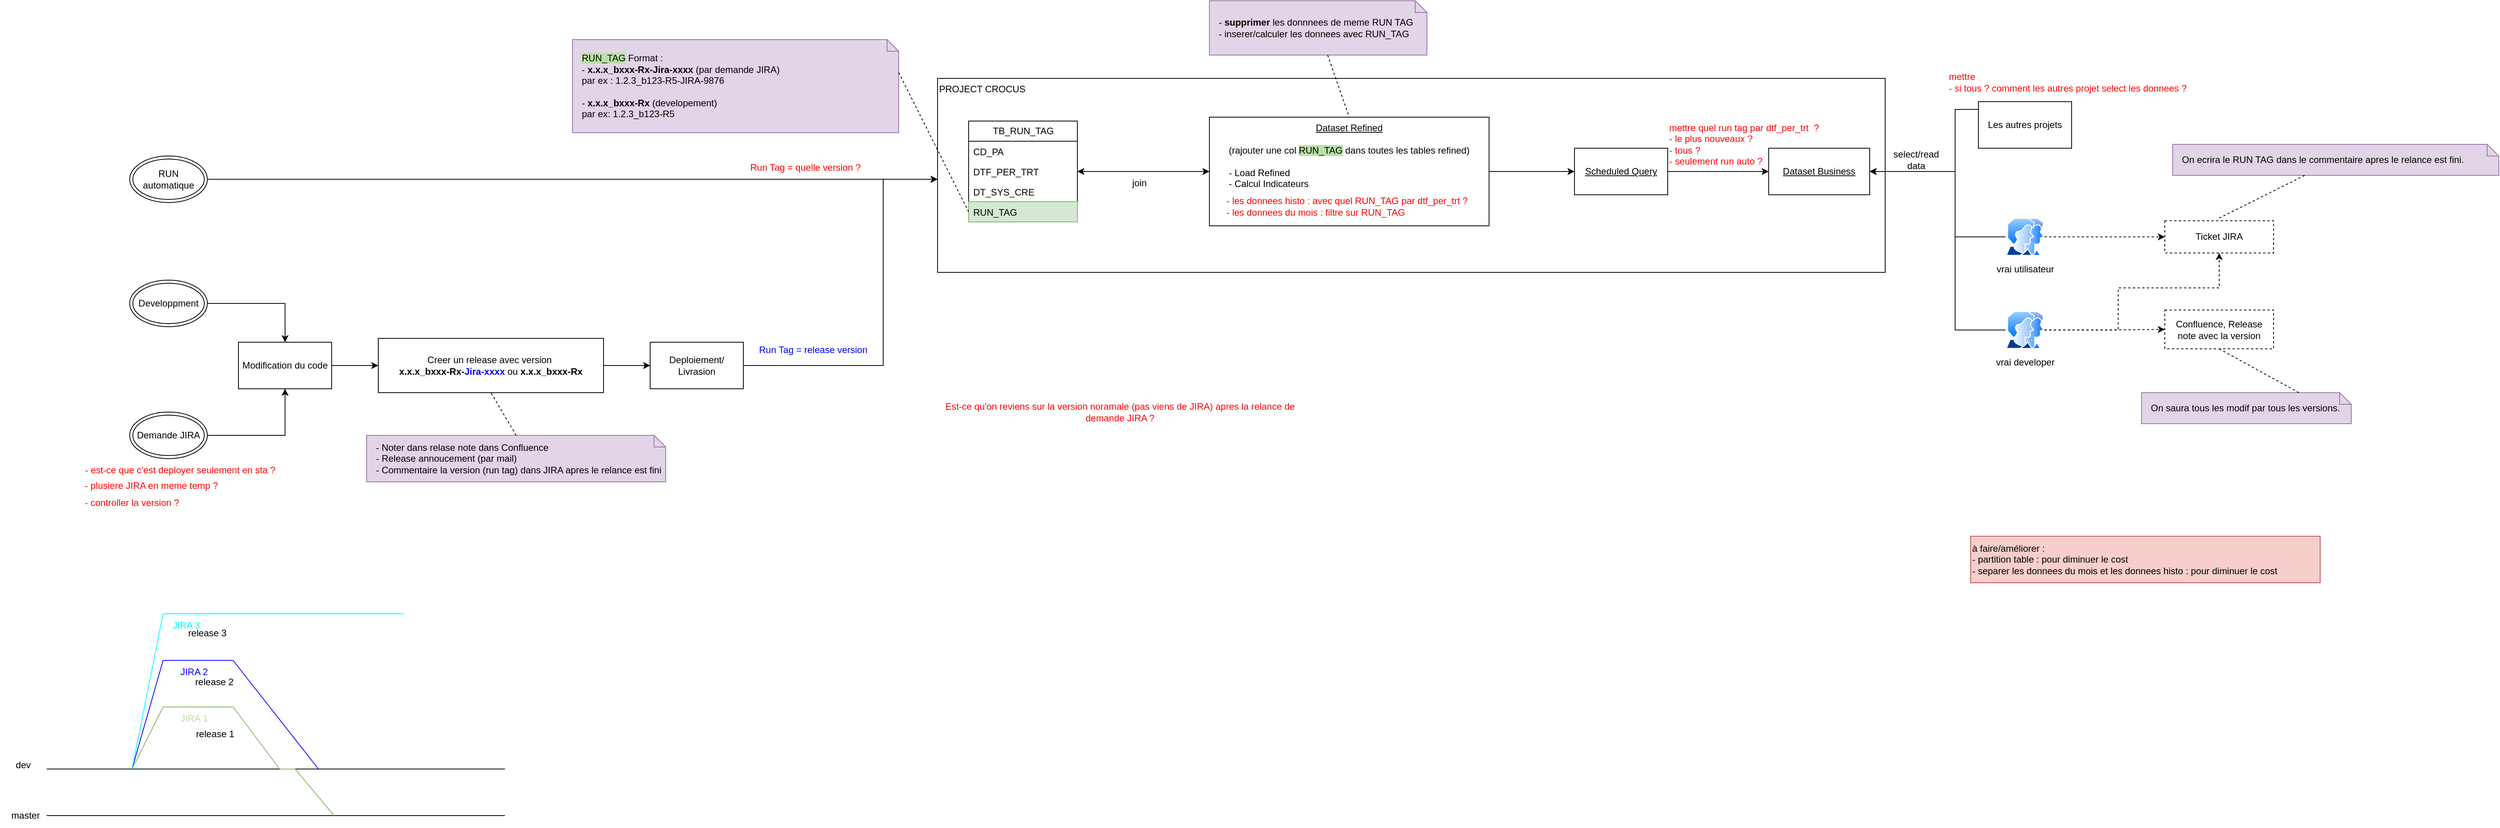
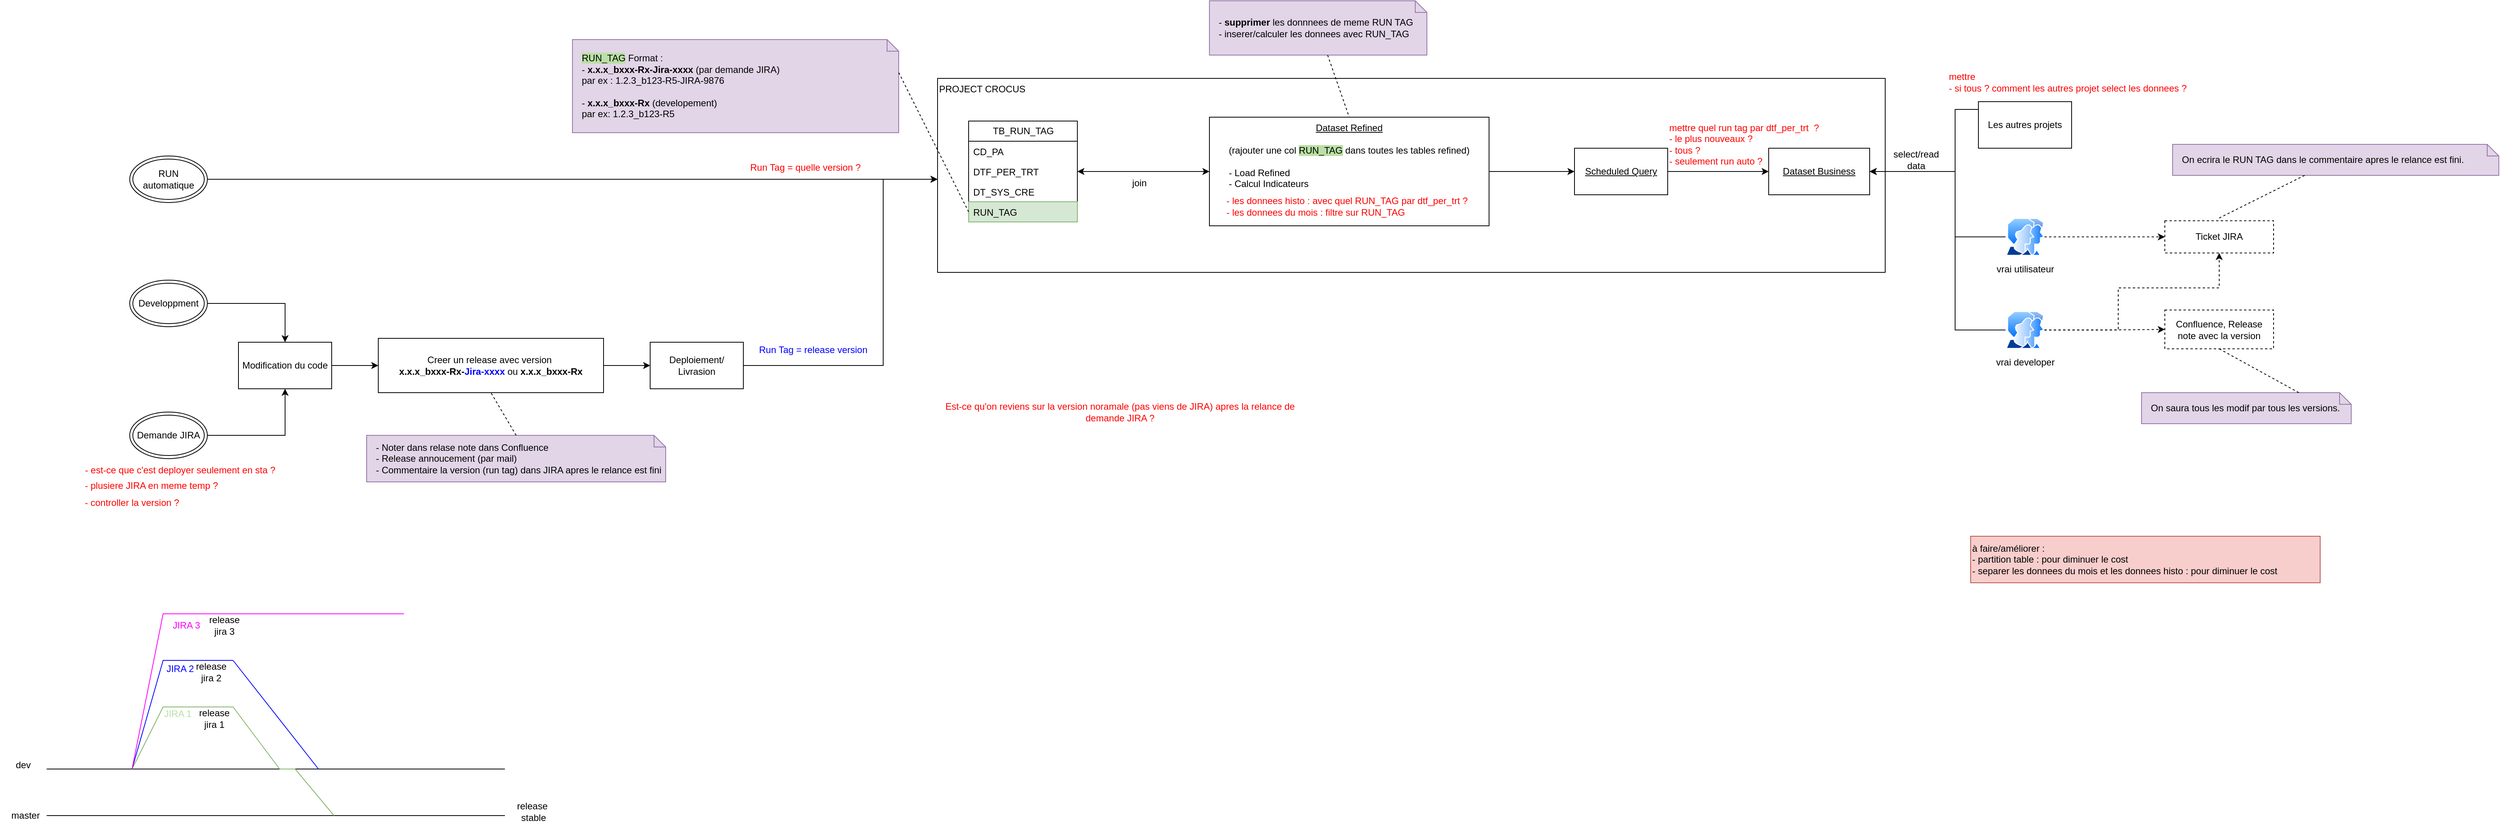
<mxfile host="app.diagrams.net">
  <diagram name="Page-1" id="bEAYSmEDHXBXhFzCy1HB">
-     <mxGraphModel dx="2873" dy="1106" grid="1" gridSize="10" guides="1" tooltips="1" connect="1" arrows="1" fold="1" page="1" pageScale="1" pageWidth="827" pageHeight="1169" math="0" shadow="0">
+     <mxGraphModel dx="2238" dy="763" grid="1" gridSize="10" guides="1" tooltips="1" connect="1" arrows="1" fold="1" page="1" pageScale="1" pageWidth="827" pageHeight="1169" math="0" shadow="0">
      <root>
        <mxCell id="0" />
        <mxCell id="1" parent="0" />
        <mxCell id="QUzsFoNl6aFI_2ed8XXq-13" parent="1" style="rounded=0;whiteSpace=wrap;html=1;align=left;verticalAlign=top;" value="PROJECT CROCUS" vertex="1">
          <mxGeometry height="250" width="1220" x="380" y="140" as="geometry" />
        </mxCell>
        <mxCell id="QUzsFoNl6aFI_2ed8XXq-1" parent="1" style="swimlane;fontStyle=0;childLayout=stackLayout;horizontal=1;startSize=26;fillColor=none;horizontalStack=0;resizeParent=1;resizeParentMax=0;resizeLast=0;collapsible=1;marginBottom=0;html=1;" value="TB_RUN_TAG" vertex="1">
          <mxGeometry height="130" width="140" x="420" y="195" as="geometry" />
        </mxCell>
        <mxCell id="QUzsFoNl6aFI_2ed8XXq-2" parent="QUzsFoNl6aFI_2ed8XXq-1" style="text;strokeColor=none;fillColor=none;align=left;verticalAlign=top;spacingLeft=4;spacingRight=4;overflow=hidden;rotatable=0;points=[[0,0.5],[1,0.5]];portConstraint=eastwest;whiteSpace=wrap;html=1;" value="CD_PA" vertex="1">
          <mxGeometry height="26" width="140" y="26" as="geometry" />
        </mxCell>
        <mxCell id="QUzsFoNl6aFI_2ed8XXq-3" parent="QUzsFoNl6aFI_2ed8XXq-1" style="text;strokeColor=none;fillColor=none;align=left;verticalAlign=top;spacingLeft=4;spacingRight=4;overflow=hidden;rotatable=0;points=[[0,0.5],[1,0.5]];portConstraint=eastwest;whiteSpace=wrap;html=1;" value="DTF_PER_TRT" vertex="1">
          <mxGeometry height="26" width="140" y="52" as="geometry" />
        </mxCell>
        <mxCell id="QUzsFoNl6aFI_2ed8XXq-4" parent="QUzsFoNl6aFI_2ed8XXq-1" style="text;strokeColor=none;fillColor=none;align=left;verticalAlign=top;spacingLeft=4;spacingRight=4;overflow=hidden;rotatable=0;points=[[0,0.5],[1,0.5]];portConstraint=eastwest;whiteSpace=wrap;html=1;" value="DT_SYS_CRE" vertex="1">
          <mxGeometry height="26" width="140" y="78" as="geometry" />
        </mxCell>
        <mxCell id="QUzsFoNl6aFI_2ed8XXq-5" parent="QUzsFoNl6aFI_2ed8XXq-1" style="text;strokeColor=#82b366;fillColor=#d5e8d4;align=left;verticalAlign=top;spacingLeft=4;spacingRight=4;overflow=hidden;rotatable=0;points=[[0,0.5],[1,0.5]];portConstraint=eastwest;whiteSpace=wrap;html=1;" value="RUN_TAG" vertex="1">
          <mxGeometry height="26" width="140" y="104" as="geometry" />
        </mxCell>
        <mxCell id="QUzsFoNl6aFI_2ed8XXq-7" parent="1" style="shape=note;size=15;align=left;spacingLeft=10;html=1;whiteSpace=wrap;fillColor=#e1d5e7;strokeColor=#9673a6;" value="&lt;span style=&quot;background-color: rgb(185, 224, 165);&quot;&gt;RUN_TAG&lt;/span&gt; Format :&amp;nbsp;&lt;div&gt;- &lt;b&gt;x.x.x_bxxx-Rx-Jira-xxxx&lt;/b&gt; (par demande JIRA)&amp;nbsp;&lt;/div&gt;&lt;div&gt;par ex : 1.2.3_b123-R5-JIRA-9876&lt;/div&gt;&lt;div&gt;&lt;br&gt;&lt;/div&gt;&lt;div&gt;-&lt;b&gt; x.x.x_bxxx-Rx&lt;/b&gt; (developement)&lt;/div&gt;&lt;div&gt;&lt;span style=&quot;background-color: transparent; color: light-dark(rgb(0, 0, 0), rgb(255, 255, 255));&quot;&gt;par ex: 1.2.3_b123-R5&lt;/span&gt;&lt;/div&gt;" vertex="1">
          <mxGeometry height="120" width="420" x="-90" y="90" as="geometry" />
        </mxCell>
        <mxCell id="QUzsFoNl6aFI_2ed8XXq-8" edge="1" parent="1" source="QUzsFoNl6aFI_2ed8XXq-7" style="edgeStyle=none;endArrow=none;exitX=0;exitY=0;dashed=1;html=1;rounded=0;entryX=0;entryY=0.5;entryDx=0;entryDy=0;exitDx=420;exitDy=42.5;exitPerimeter=0;" target="QUzsFoNl6aFI_2ed8XXq-5" value="">
          <mxGeometry relative="1" x="1" as="geometry">
            <mxPoint x="590" y="660" as="targetPoint" />
          </mxGeometry>
        </mxCell>
        <mxCell id="QUzsFoNl6aFI_2ed8XXq-10" parent="1" style="rounded=0;whiteSpace=wrap;html=1;dashed=1;" value="Confluence, Release note avec la v&lt;span style=&quot;background-color: transparent; color: light-dark(rgb(0, 0, 0), rgb(255, 255, 255));&quot;&gt;ersion&lt;/span&gt;" vertex="1">
          <mxGeometry height="50" width="140" x="1960" y="438.5" as="geometry" />
        </mxCell>
        <mxCell id="QUzsFoNl6aFI_2ed8XXq-11" parent="1" style="rounded=0;whiteSpace=wrap;html=1;dashed=1;" value="Ticket JIRA" vertex="1">
          <mxGeometry height="41.5" width="140" x="1960" y="323.5" as="geometry" />
        </mxCell>
        <mxCell id="QUzsFoNl6aFI_2ed8XXq-42" edge="1" parent="1" source="QUzsFoNl6aFI_2ed8XXq-12" style="edgeStyle=orthogonalEdgeStyle;rounded=0;orthogonalLoop=1;jettySize=auto;html=1;entryX=1;entryY=0.5;entryDx=0;entryDy=0;startArrow=classic;startFill=1;" target="QUzsFoNl6aFI_2ed8XXq-3">
          <mxGeometry relative="1" as="geometry" />
        </mxCell>
        <mxCell id="QUzsFoNl6aFI_2ed8XXq-50" edge="1" parent="1" source="QUzsFoNl6aFI_2ed8XXq-12" style="edgeStyle=orthogonalEdgeStyle;rounded=0;orthogonalLoop=1;jettySize=auto;html=1;" target="QUzsFoNl6aFI_2ed8XXq-46">
          <mxGeometry relative="1" as="geometry">
            <Array as="points" />
          </mxGeometry>
        </mxCell>
        <mxCell id="QUzsFoNl6aFI_2ed8XXq-12" parent="1" style="rounded=0;whiteSpace=wrap;html=1;verticalAlign=top;" value="&lt;u&gt;Dataset Refined&lt;/u&gt;&lt;div&gt;&lt;u&gt;&lt;br&gt;&lt;/u&gt;&lt;div&gt;(rajouter une col &lt;span style=&quot;background-color: rgb(185, 224, 165);&quot;&gt;RUN_TAG&lt;/span&gt;&lt;span&gt; &lt;/span&gt;dans toutes les tables refined)&lt;/div&gt;&lt;div&gt;&lt;br&gt;&lt;/div&gt;&lt;div style=&quot;text-align: left;&quot;&gt;- Load Refined&amp;nbsp; &amp;nbsp; &amp;nbsp; &amp;nbsp;&lt;/div&gt;&lt;div style=&quot;text-align: left;&quot;&gt;- Calcul Indicateurs&lt;/div&gt;&lt;/div&gt;" vertex="1">
          <mxGeometry height="140" width="360" x="730" y="190" as="geometry" />
        </mxCell>
        <mxCell id="QUzsFoNl6aFI_2ed8XXq-27" edge="1" parent="1" source="QUzsFoNl6aFI_2ed8XXq-33" style="edgeStyle=orthogonalEdgeStyle;rounded=0;orthogonalLoop=1;jettySize=auto;html=1;entryX=0.5;entryY=0;entryDx=0;entryDy=0;" target="QUzsFoNl6aFI_2ed8XXq-23">
          <mxGeometry relative="1" as="geometry">
            <mxPoint x="-760" y="325" as="sourcePoint" />
          </mxGeometry>
        </mxCell>
        <mxCell id="QUzsFoNl6aFI_2ed8XXq-29" edge="1" parent="1" source="QUzsFoNl6aFI_2ed8XXq-34" style="edgeStyle=orthogonalEdgeStyle;rounded=0;orthogonalLoop=1;jettySize=auto;html=1;entryX=0.5;entryY=1;entryDx=0;entryDy=0;" target="QUzsFoNl6aFI_2ed8XXq-23">
          <mxGeometry relative="1" as="geometry">
            <mxPoint x="-820" y="785" as="sourcePoint" />
          </mxGeometry>
        </mxCell>
        <mxCell id="QUzsFoNl6aFI_2ed8XXq-19" parent="1" style="text;html=1;whiteSpace=wrap;strokeColor=none;fillColor=none;align=center;verticalAlign=middle;rounded=0;fontColor=#0000FF;" value="&lt;font style=&quot;color: rgb(255, 0, 0);&quot;&gt;Run Tag = quelle version ?&lt;/font&gt;" vertex="1">
          <mxGeometry height="30" width="200" x="110" y="240" as="geometry" />
        </mxCell>
        <mxCell id="QUzsFoNl6aFI_2ed8XXq-28" edge="1" parent="1" source="QUzsFoNl6aFI_2ed8XXq-23" style="edgeStyle=orthogonalEdgeStyle;rounded=0;orthogonalLoop=1;jettySize=auto;html=1;" target="QUzsFoNl6aFI_2ed8XXq-25">
          <mxGeometry relative="1" as="geometry" />
        </mxCell>
        <mxCell id="QUzsFoNl6aFI_2ed8XXq-23" parent="1" style="rounded=0;whiteSpace=wrap;html=1;" value="Modification du code" vertex="1">
          <mxGeometry height="60" width="120" x="-520" y="480" as="geometry" />
        </mxCell>
        <mxCell id="QUzsFoNl6aFI_2ed8XXq-31" edge="1" parent="1" source="QUzsFoNl6aFI_2ed8XXq-24" style="edgeStyle=orthogonalEdgeStyle;rounded=0;orthogonalLoop=1;jettySize=auto;html=1;" target="QUzsFoNl6aFI_2ed8XXq-13">
          <mxGeometry relative="1" as="geometry">
            <Array as="points">
              <mxPoint x="310" y="510" />
              <mxPoint x="310" y="270" />
            </Array>
          </mxGeometry>
        </mxCell>
        <mxCell id="QUzsFoNl6aFI_2ed8XXq-24" parent="1" style="rounded=0;whiteSpace=wrap;html=1;" value="Deploiement/ Livrasion" vertex="1">
          <mxGeometry height="60" width="120" x="10" y="480" as="geometry" />
        </mxCell>
        <mxCell id="QUzsFoNl6aFI_2ed8XXq-30" edge="1" parent="1" source="QUzsFoNl6aFI_2ed8XXq-25" style="edgeStyle=orthogonalEdgeStyle;rounded=0;orthogonalLoop=1;jettySize=auto;html=1;entryX=0;entryY=0.5;entryDx=0;entryDy=0;" target="QUzsFoNl6aFI_2ed8XXq-24">
          <mxGeometry relative="1" as="geometry" />
        </mxCell>
        <mxCell id="QUzsFoNl6aFI_2ed8XXq-25" parent="1" style="rounded=0;whiteSpace=wrap;html=1;" value="Creer un release avec version&amp;nbsp;&lt;div&gt;&lt;span style=&quot;text-align: left;&quot;&gt;&lt;b&gt;x.x.x_bxxx-Rx-&lt;font style=&quot;color: rgb(0, 0, 255);&quot;&gt;Jira-xxxx&lt;/font&gt;&lt;/b&gt; ou&amp;nbsp;&lt;/span&gt;&lt;span style=&quot;text-align: left;&quot;&gt;&lt;b&gt;x.x.x_bxxx-Rx&lt;/b&gt;&lt;/span&gt;&lt;/div&gt;" vertex="1">
          <mxGeometry height="70" width="290" x="-340" y="475" as="geometry" />
        </mxCell>
        <mxCell id="QUzsFoNl6aFI_2ed8XXq-33" parent="1" style="ellipse;shape=doubleEllipse;whiteSpace=wrap;html=1;" value="Developpment" vertex="1">
          <mxGeometry height="60" width="100" x="-660" y="400" as="geometry" />
        </mxCell>
        <mxCell id="QUzsFoNl6aFI_2ed8XXq-34" parent="1" style="ellipse;shape=doubleEllipse;whiteSpace=wrap;html=1;" value="Demande JIRA" vertex="1">
          <mxGeometry height="60" width="100" x="-660" y="570" as="geometry" />
        </mxCell>
        <mxCell id="QUzsFoNl6aFI_2ed8XXq-36" edge="1" parent="1" source="QUzsFoNl6aFI_2ed8XXq-35" style="edgeStyle=orthogonalEdgeStyle;rounded=0;orthogonalLoop=1;jettySize=auto;html=1;" target="QUzsFoNl6aFI_2ed8XXq-13">
          <mxGeometry relative="1" as="geometry">
            <Array as="points">
              <mxPoint x="40" y="270" />
              <mxPoint x="40" y="270" />
            </Array>
          </mxGeometry>
        </mxCell>
        <mxCell id="QUzsFoNl6aFI_2ed8XXq-35" parent="1" style="ellipse;shape=doubleEllipse;whiteSpace=wrap;html=1;" value="RUN automatique" vertex="1">
          <mxGeometry height="60" width="100" x="-660" y="240" as="geometry" />
        </mxCell>
        <mxCell id="QUzsFoNl6aFI_2ed8XXq-37" parent="1" style="text;html=1;whiteSpace=wrap;strokeColor=none;fillColor=none;align=center;verticalAlign=middle;rounded=0;fontColor=#0000FF;" value="Run Tag = release version" vertex="1">
          <mxGeometry height="30" width="200" x="120" y="475" as="geometry" />
        </mxCell>
        <mxCell id="QUzsFoNl6aFI_2ed8XXq-38" parent="1" style="shape=note;size=15;align=left;spacingLeft=10;html=1;whiteSpace=wrap;fillColor=#e1d5e7;strokeColor=#9673a6;" value="- Noter dans relase note dans Confluence&lt;div&gt;- Release annoucement (par mail)&lt;/div&gt;&lt;div&gt;- Commentaire la version (run tag) dans JIRA apres le relance est fini&lt;/div&gt;" vertex="1">
          <mxGeometry height="60" width="385" x="-355" y="600" as="geometry" />
        </mxCell>
        <mxCell id="QUzsFoNl6aFI_2ed8XXq-39" edge="1" parent="1" source="QUzsFoNl6aFI_2ed8XXq-38" style="edgeStyle=none;endArrow=none;exitX=0.5;exitY=0;dashed=1;html=1;rounded=0;entryX=0.5;entryY=1;entryDx=0;entryDy=0;exitDx=0;exitDy=0;exitPerimeter=0;" target="QUzsFoNl6aFI_2ed8XXq-25" value="">
          <mxGeometry relative="1" x="1" as="geometry">
            <mxPoint x="710" y="660" as="sourcePoint" />
            <mxPoint x="762" y="510" as="targetPoint" />
          </mxGeometry>
        </mxCell>
        <mxCell id="QUzsFoNl6aFI_2ed8XXq-40" parent="1" style="shape=note;size=15;align=left;spacingLeft=10;html=1;whiteSpace=wrap;fillColor=#e1d5e7;strokeColor=#9673a6;" value="- &lt;b&gt;supprimer &lt;/b&gt;les donnnees de meme RUN TAG&lt;div&gt;- inserer/calculer les donnees avec RUN_TAG&lt;/div&gt;" vertex="1">
          <mxGeometry height="70" width="280" x="730" y="40" as="geometry" />
        </mxCell>
        <mxCell id="QUzsFoNl6aFI_2ed8XXq-41" edge="1" parent="1" source="QUzsFoNl6aFI_2ed8XXq-40" style="edgeStyle=none;endArrow=none;dashed=1;html=1;rounded=0;entryX=0.5;entryY=0;entryDx=0;entryDy=0;" target="QUzsFoNl6aFI_2ed8XXq-12" value="">
          <mxGeometry relative="1" x="1" as="geometry">
            <mxPoint x="720" y="650" as="sourcePoint" />
            <mxPoint x="772" y="500" as="targetPoint" />
          </mxGeometry>
        </mxCell>
        <mxCell id="QUzsFoNl6aFI_2ed8XXq-43" parent="1" style="text;html=1;whiteSpace=wrap;strokeColor=none;fillColor=none;align=left;verticalAlign=middle;rounded=0;" value="&lt;font style=&quot;color: rgb(255, 0, 0);&quot;&gt;- les donnees histo : avec quel RUN_TAG par dtf_per_trt ?&lt;/font&gt;&lt;div&gt;&lt;font style=&quot;color: rgb(255, 0, 0);&quot;&gt;- les donnees du mois : f&lt;/font&gt;&lt;span style=&quot;color: light-dark(rgb(255, 0, 0), rgb(255, 144, 144)); background-color: transparent;&quot;&gt;iltre sur RUN_TAG&lt;/span&gt;&lt;/div&gt;" vertex="1">
          <mxGeometry height="30" width="330" x="750" y="290" as="geometry" />
        </mxCell>
        <mxCell id="QUzsFoNl6aFI_2ed8XXq-45" parent="1" style="rounded=0;whiteSpace=wrap;html=1;" value="&lt;u&gt;Dataset Business&lt;/u&gt;" vertex="1">
          <mxGeometry height="60" width="130" x="1450" y="230" as="geometry" />
        </mxCell>
        <mxCell id="QUzsFoNl6aFI_2ed8XXq-48" edge="1" parent="1" source="QUzsFoNl6aFI_2ed8XXq-46" style="edgeStyle=orthogonalEdgeStyle;rounded=0;orthogonalLoop=1;jettySize=auto;html=1;" target="QUzsFoNl6aFI_2ed8XXq-45">
          <mxGeometry relative="1" as="geometry" />
        </mxCell>
        <mxCell id="QUzsFoNl6aFI_2ed8XXq-46" parent="1" style="rounded=0;whiteSpace=wrap;html=1;" value="&lt;u&gt;Scheduled Query&lt;/u&gt;" vertex="1">
          <mxGeometry height="60" width="120" x="1200" y="230" as="geometry" />
        </mxCell>
        <mxCell id="QUzsFoNl6aFI_2ed8XXq-51" parent="1" style="text;html=1;whiteSpace=wrap;strokeColor=none;fillColor=none;align=left;verticalAlign=middle;rounded=0;fontColor=#FF0000;" value="mettre quel run tag par dtf_per_trt&amp;nbsp;&amp;nbsp;?&amp;nbsp;&lt;div&gt;- le plus nouveaux ?&lt;/div&gt;&lt;div&gt;- tous ?&lt;/div&gt;&lt;div&gt;- seulement run auto ?&lt;/div&gt;" vertex="1">
          <mxGeometry height="30" width="370" x="1320" y="210" as="geometry" />
        </mxCell>
        <mxCell id="QUzsFoNl6aFI_2ed8XXq-59" edge="1" parent="1" source="QUzsFoNl6aFI_2ed8XXq-52" style="edgeStyle=orthogonalEdgeStyle;rounded=0;orthogonalLoop=1;jettySize=auto;html=1;entryX=1;entryY=0.5;entryDx=0;entryDy=0;" target="QUzsFoNl6aFI_2ed8XXq-45">
          <mxGeometry relative="1" as="geometry">
            <Array as="points">
              <mxPoint x="1690" y="180" />
              <mxPoint x="1690" y="260" />
            </Array>
          </mxGeometry>
        </mxCell>
        <mxCell id="QUzsFoNl6aFI_2ed8XXq-52" parent="1" style="rounded=0;whiteSpace=wrap;html=1;" value="Les autres projets" vertex="1">
          <mxGeometry height="60" width="120" x="1720" y="170" as="geometry" />
        </mxCell>
        <mxCell id="QUzsFoNl6aFI_2ed8XXq-58" edge="1" parent="1" source="QUzsFoNl6aFI_2ed8XXq-57" style="edgeStyle=orthogonalEdgeStyle;rounded=0;orthogonalLoop=1;jettySize=auto;html=1;entryX=1;entryY=0.5;entryDx=0;entryDy=0;" target="QUzsFoNl6aFI_2ed8XXq-45">
          <mxGeometry relative="1" as="geometry">
            <Array as="points">
              <mxPoint x="1690" y="344" />
              <mxPoint x="1690" y="260" />
            </Array>
          </mxGeometry>
        </mxCell>
        <mxCell id="QUzsFoNl6aFI_2ed8XXq-65" edge="1" parent="1" source="QUzsFoNl6aFI_2ed8XXq-57" style="edgeStyle=orthogonalEdgeStyle;rounded=0;orthogonalLoop=1;jettySize=auto;html=1;dashed=1;" target="QUzsFoNl6aFI_2ed8XXq-11">
          <mxGeometry relative="1" as="geometry" />
        </mxCell>
        <mxCell id="QUzsFoNl6aFI_2ed8XXq-57" parent="1" style="image;aspect=fixed;perimeter=ellipsePerimeter;html=1;align=center;shadow=0;dashed=0;spacingTop=3;image=img/lib/active_directory/user_accounts.svg;" value="vrai utilisateur" vertex="1">
          <mxGeometry height="48.5" width="50" x="1755" y="320" as="geometry" />
        </mxCell>
        <mxCell id="QUzsFoNl6aFI_2ed8XXq-60" parent="1" style="text;html=1;whiteSpace=wrap;strokeColor=none;fillColor=none;align=center;verticalAlign=middle;rounded=0;" value="select/read data" vertex="1">
          <mxGeometry height="30" width="60" x="1610" y="230" as="geometry" />
        </mxCell>
        <mxCell id="QUzsFoNl6aFI_2ed8XXq-63" edge="1" parent="1" source="QUzsFoNl6aFI_2ed8XXq-62" style="edgeStyle=orthogonalEdgeStyle;rounded=0;orthogonalLoop=1;jettySize=auto;html=1;entryX=1;entryY=0.5;entryDx=0;entryDy=0;" target="QUzsFoNl6aFI_2ed8XXq-45">
          <mxGeometry relative="1" as="geometry">
            <Array as="points">
              <mxPoint x="1690" y="464" />
              <mxPoint x="1690" y="260" />
            </Array>
          </mxGeometry>
        </mxCell>
        <mxCell id="QUzsFoNl6aFI_2ed8XXq-66" edge="1" parent="1" source="QUzsFoNl6aFI_2ed8XXq-62" style="edgeStyle=orthogonalEdgeStyle;rounded=0;orthogonalLoop=1;jettySize=auto;html=1;dashed=1;" target="QUzsFoNl6aFI_2ed8XXq-10">
          <mxGeometry relative="1" as="geometry" />
        </mxCell>
        <mxCell id="QUzsFoNl6aFI_2ed8XXq-68" edge="1" parent="1" source="QUzsFoNl6aFI_2ed8XXq-62" style="edgeStyle=orthogonalEdgeStyle;rounded=0;orthogonalLoop=1;jettySize=auto;html=1;entryX=0.5;entryY=1;entryDx=0;entryDy=0;dashed=1;" target="QUzsFoNl6aFI_2ed8XXq-11">
          <mxGeometry relative="1" as="geometry">
            <Array as="points">
              <mxPoint x="1900" y="464" />
              <mxPoint x="1900" y="410" />
              <mxPoint x="2030" y="410" />
            </Array>
          </mxGeometry>
        </mxCell>
        <mxCell id="QUzsFoNl6aFI_2ed8XXq-62" parent="1" style="image;aspect=fixed;perimeter=ellipsePerimeter;html=1;align=center;shadow=0;dashed=0;spacingTop=3;image=img/lib/active_directory/user_accounts.svg;" value="vrai developer" vertex="1">
          <mxGeometry height="48.5" width="50" x="1755" y="440" as="geometry" />
        </mxCell>
        <mxCell id="QUzsFoNl6aFI_2ed8XXq-69" parent="1" style="shape=note;size=15;align=left;spacingLeft=10;html=1;whiteSpace=wrap;fillColor=#e1d5e7;strokeColor=#9673a6;" value="On ecrira le RUN TAG dans le commentaire apres le relance est fini." vertex="1">
          <mxGeometry height="40" width="420" x="1970" y="225" as="geometry" />
        </mxCell>
        <mxCell id="QUzsFoNl6aFI_2ed8XXq-70" edge="1" parent="1" source="QUzsFoNl6aFI_2ed8XXq-69" style="edgeStyle=none;endArrow=none;dashed=1;html=1;rounded=0;" value="">
          <mxGeometry relative="1" x="1" as="geometry">
            <mxPoint x="970" y="210" as="sourcePoint" />
            <mxPoint x="2030" y="320" as="targetPoint" />
          </mxGeometry>
        </mxCell>
        <mxCell id="QUzsFoNl6aFI_2ed8XXq-71" parent="1" style="shape=note;size=15;align=left;spacingLeft=10;html=1;whiteSpace=wrap;fillColor=#e1d5e7;strokeColor=#9673a6;" value="On saura tous les modif par tous les versions." vertex="1">
          <mxGeometry height="40" width="270" x="1930" y="545" as="geometry" />
        </mxCell>
        <mxCell id="QUzsFoNl6aFI_2ed8XXq-72" edge="1" parent="1" source="QUzsFoNl6aFI_2ed8XXq-71" style="edgeStyle=none;endArrow=none;dashed=1;html=1;rounded=0;entryX=0.5;entryY=1;entryDx=0;entryDy=0;exitX=0;exitY=0;exitDx=202.5;exitDy=0;exitPerimeter=0;" target="QUzsFoNl6aFI_2ed8XXq-10" value="">
          <mxGeometry relative="1" x="1" as="geometry">
            <mxPoint x="2180" y="470" as="sourcePoint" />
            <mxPoint x="2070" y="525" as="targetPoint" />
          </mxGeometry>
        </mxCell>
        <mxCell id="QUzsFoNl6aFI_2ed8XXq-73" parent="1" style="text;html=1;whiteSpace=wrap;strokeColor=none;fillColor=none;align=left;verticalAlign=middle;rounded=0;fontColor=#FF0000;" value="mettre&amp;nbsp;&lt;div&gt;&lt;span style=&quot;background-color: transparent; color: light-dark(rgb(255, 0, 0), rgb(255, 144, 144));&quot;&gt;- si tous ? comment les autres projet select les donnees ?&lt;/span&gt;&lt;/div&gt;" vertex="1">
          <mxGeometry height="30" width="370" x="1680" y="130" as="geometry" />
        </mxCell>
        <mxCell id="QUzsFoNl6aFI_2ed8XXq-74" parent="1" style="rounded=0;whiteSpace=wrap;html=1;align=left;fillColor=#f8cecc;strokeColor=#b85450;" value="à faire/améliorer :&lt;div&gt;- partition table : pour diminuer le cost&lt;/div&gt;&lt;div&gt;- separer les donnees du mois et les donnees histo&amp;nbsp;&lt;span style=&quot;background-color: transparent; color: light-dark(rgb(0, 0, 0), rgb(255, 255, 255));&quot;&gt;: pour diminuer le cost&lt;/span&gt;&lt;/div&gt;" vertex="1">
          <mxGeometry height="60" width="450" x="1710" y="730" as="geometry" />
        </mxCell>
        <mxCell id="QUzsFoNl6aFI_2ed8XXq-76" parent="1" style="text;html=1;whiteSpace=wrap;strokeColor=none;fillColor=none;align=center;verticalAlign=middle;rounded=0;" value="join" vertex="1">
          <mxGeometry height="30" width="60" x="610" y="260" as="geometry" />
        </mxCell>
        <mxCell id="QUzsFoNl6aFI_2ed8XXq-77" parent="1" style="text;html=1;whiteSpace=wrap;strokeColor=none;fillColor=none;align=center;verticalAlign=middle;rounded=0;fontColor=#FF0000;" value="Est-ce qu&#39;on reviens sur la version noramale (pas viens de JIRA) apres la relance de demande JIRA ?" vertex="1">
          <mxGeometry height="30" width="470" x="380" y="555" as="geometry" />
        </mxCell>
        <mxCell id="QUzsFoNl6aFI_2ed8XXq-78" parent="1" style="text;html=1;whiteSpace=wrap;strokeColor=none;fillColor=none;align=center;verticalAlign=middle;rounded=0;fontColor=#FF0000;" value="- est-ce que c&#39;est deployer seulement en sta ?" vertex="1">
          <mxGeometry height="30" width="290" x="-740" y="630" as="geometry" />
        </mxCell>
        <mxCell id="QUzsFoNl6aFI_2ed8XXq-79" parent="1" style="text;html=1;whiteSpace=wrap;strokeColor=none;fillColor=none;align=center;verticalAlign=middle;rounded=0;fontColor=#FF0000;" value="- plusiere JIRA en meme temp ?" vertex="1">
          <mxGeometry height="30" width="290" x="-777" y="650" as="geometry" />
        </mxCell>
        <mxCell id="QUzsFoNl6aFI_2ed8XXq-80" parent="1" style="text;html=1;whiteSpace=wrap;strokeColor=none;fillColor=none;align=center;verticalAlign=middle;rounded=0;fontColor=#FF0000;" value="- controller la version ?" vertex="1">
          <mxGeometry height="30" width="290" x="-802" y="672" as="geometry" />
        </mxCell>
        <mxCell id="QUzsFoNl6aFI_2ed8XXq-81" edge="1" parent="1" style="endArrow=none;html=1;rounded=0;" value="">
          <mxGeometry height="50" relative="1" width="50" as="geometry">
            <mxPoint x="-767" y="1030" as="sourcePoint" />
            <mxPoint x="-177" y="1030" as="targetPoint" />
          </mxGeometry>
        </mxCell>
        <mxCell id="QUzsFoNl6aFI_2ed8XXq-83" edge="1" parent="1" style="endArrow=none;html=1;rounded=0;fillColor=#d5e8d4;strokeColor=#82b366;" value="">
          <mxGeometry height="50" relative="1" width="50" as="geometry">
            <Array as="points">
              <mxPoint x="-617" y="950" />
            </Array>
            <mxPoint x="-657" y="1030" as="sourcePoint" />
            <mxPoint x="-527" y="950" as="targetPoint" />
          </mxGeometry>
        </mxCell>
        <mxCell id="QUzsFoNl6aFI_2ed8XXq-84" parent="1" style="text;html=1;whiteSpace=wrap;strokeColor=none;fillColor=none;align=center;verticalAlign=middle;rounded=0;" value="dev" vertex="1">
          <mxGeometry height="30" width="60" x="-827" y="1010" as="geometry" />
        </mxCell>
        <mxCell id="QUzsFoNl6aFI_2ed8XXq-85" edge="1" parent="1" style="endArrow=none;html=1;rounded=0;strokeColor=#0000FF;" value="">
          <mxGeometry height="50" relative="1" width="50" as="geometry">
            <Array as="points">
              <mxPoint x="-617" y="890" />
            </Array>
            <mxPoint x="-657" y="1030" as="sourcePoint" />
            <mxPoint x="-527" y="890" as="targetPoint" />
          </mxGeometry>
        </mxCell>
-         <mxCell id="QUzsFoNl6aFI_2ed8XXq-86" edge="1" parent="1" style="endArrow=none;html=1;rounded=0;strokeColor=#00FFFF;" value="">
+         <mxCell id="QUzsFoNl6aFI_2ed8XXq-86" edge="1" parent="1" style="endArrow=none;html=1;rounded=0;strokeColor=#FF00FF;" value="">
          <mxGeometry height="50" relative="1" width="50" as="geometry">
            <Array as="points">
              <mxPoint x="-617" y="830" />
            </Array>
            <mxPoint x="-657" y="1030" as="sourcePoint" />
            <mxPoint x="-307" y="830" as="targetPoint" />
          </mxGeometry>
        </mxCell>
        <mxCell id="QUzsFoNl6aFI_2ed8XXq-87" parent="1" style="text;html=1;whiteSpace=wrap;strokeColor=none;fillColor=none;align=center;verticalAlign=middle;rounded=0;fontColor=#B9E0A5;" value="JIRA 1" vertex="1">
-           <mxGeometry height="30" width="60" x="-607" y="950" as="geometry" />
+           <mxGeometry height="30" width="60" x="-628" y="944" as="geometry" />
        </mxCell>
        <mxCell id="QUzsFoNl6aFI_2ed8XXq-88" parent="1" style="text;html=1;whiteSpace=wrap;strokeColor=none;fillColor=none;align=center;verticalAlign=middle;rounded=0;fontColor=#0000FF;" value="JIRA 2" vertex="1">
-           <mxGeometry height="30" width="60" x="-607" y="890" as="geometry" />
-         </mxCell>
-         <mxCell id="QUzsFoNl6aFI_2ed8XXq-89" parent="1" style="text;html=1;whiteSpace=wrap;strokeColor=none;fillColor=none;align=center;verticalAlign=middle;rounded=0;fontColor=#00FFFF;" value="JIRA 3" vertex="1">
+           <mxGeometry height="30" width="60" x="-625" y="886" as="geometry" />
+         </mxCell>
+         <mxCell id="QUzsFoNl6aFI_2ed8XXq-89" parent="1" style="text;html=1;whiteSpace=wrap;strokeColor=none;fillColor=none;align=center;verticalAlign=middle;rounded=0;fontColor=#FF00FF;" value="JIRA 3" vertex="1">
          <mxGeometry height="30" width="60" x="-617" y="830" as="geometry" />
        </mxCell>
        <mxCell id="QUzsFoNl6aFI_2ed8XXq-90" edge="1" parent="1" style="endArrow=none;html=1;rounded=0;" value="">
          <mxGeometry height="50" relative="1" width="50" as="geometry">
            <mxPoint x="-767" y="1090" as="sourcePoint" />
            <mxPoint x="-177" y="1090" as="targetPoint" />
          </mxGeometry>
        </mxCell>
        <mxCell id="QUzsFoNl6aFI_2ed8XXq-91" parent="1" style="text;html=1;whiteSpace=wrap;strokeColor=none;fillColor=none;align=center;verticalAlign=middle;rounded=0;" value="master" vertex="1">
          <mxGeometry height="30" width="60" x="-824" y="1075" as="geometry" />
        </mxCell>
        <mxCell id="QUzsFoNl6aFI_2ed8XXq-92" edge="1" parent="1" style="endArrow=none;html=1;rounded=0;fillColor=#d5e8d4;strokeColor=#82b366;" value="">
          <mxGeometry height="50" relative="1" width="50" as="geometry">
            <mxPoint x="-527" y="950" as="sourcePoint" />
            <mxPoint x="-467" y="1030" as="targetPoint" />
          </mxGeometry>
        </mxCell>
        <mxCell id="QUzsFoNl6aFI_2ed8XXq-94" edge="1" parent="1" style="endArrow=none;html=1;rounded=0;strokeColor=#0000FF;" value="">
          <mxGeometry height="50" relative="1" width="50" as="geometry">
            <mxPoint x="-527" y="890" as="sourcePoint" />
            <mxPoint x="-417" y="1030" as="targetPoint" />
          </mxGeometry>
        </mxCell>
        <mxCell id="QUzsFoNl6aFI_2ed8XXq-95" edge="1" parent="1" style="endArrow=none;html=1;rounded=0;fillColor=#d5e8d4;strokeColor=#82b366;" value="">
          <mxGeometry height="50" relative="1" width="50" as="geometry">
            <mxPoint x="-447" y="1030" as="sourcePoint" />
            <mxPoint x="-397" y="1090" as="targetPoint" />
          </mxGeometry>
        </mxCell>
        <mxCell id="QUzsFoNl6aFI_2ed8XXq-96" edge="1" parent="1" style="endArrow=none;html=1;rounded=0;fillColor=#d5e8d4;strokeColor=#82b366;" value="">
          <mxGeometry height="50" relative="1" width="50" as="geometry">
            <mxPoint x="-467" y="1030" as="sourcePoint" />
            <mxPoint x="-447" y="1030" as="targetPoint" />
          </mxGeometry>
        </mxCell>
-         <mxCell id="QUzsFoNl6aFI_2ed8XXq-98" parent="1" style="text;html=1;whiteSpace=wrap;strokeColor=none;fillColor=none;align=center;verticalAlign=middle;rounded=0;" value="release 2" vertex="1">
-           <mxGeometry height="30" width="60" x="-581" y="903" as="geometry" />
-         </mxCell>
-         <mxCell id="QUzsFoNl6aFI_2ed8XXq-99" parent="1" style="text;html=1;whiteSpace=wrap;strokeColor=none;fillColor=none;align=center;verticalAlign=middle;rounded=0;" value="release 1" vertex="1">
-           <mxGeometry height="30" width="60" x="-580" y="970" as="geometry" />
-         </mxCell>
-         <mxCell id="QUzsFoNl6aFI_2ed8XXq-100" parent="1" style="text;html=1;whiteSpace=wrap;strokeColor=none;fillColor=none;align=center;verticalAlign=middle;rounded=0;" value="release 3" vertex="1">
-           <mxGeometry height="30" width="60" x="-590" y="840" as="geometry" />
+         <mxCell id="QUzsFoNl6aFI_2ed8XXq-98" parent="1" style="text;html=1;whiteSpace=wrap;strokeColor=none;fillColor=none;align=center;verticalAlign=middle;rounded=0;" value="release jira 2" vertex="1">
+           <mxGeometry height="30" width="60" x="-585" y="890" as="geometry" />
+         </mxCell>
+         <mxCell id="QUzsFoNl6aFI_2ed8XXq-99" parent="1" style="text;html=1;whiteSpace=wrap;strokeColor=none;fillColor=none;align=center;verticalAlign=middle;rounded=0;" value="release jira 1" vertex="1">
+           <mxGeometry height="30" width="60" x="-581" y="950" as="geometry" />
+         </mxCell>
+         <mxCell id="QUzsFoNl6aFI_2ed8XXq-100" parent="1" style="text;html=1;whiteSpace=wrap;strokeColor=none;fillColor=none;align=center;verticalAlign=middle;rounded=0;" value="release jira 3" vertex="1">
+           <mxGeometry height="30" width="60" x="-568" y="830" as="geometry" />
+         </mxCell>
+         <mxCell id="QUzsFoNl6aFI_2ed8XXq-101" parent="1" style="text;html=1;whiteSpace=wrap;strokeColor=none;fillColor=none;align=center;verticalAlign=middle;rounded=0;" value="release&amp;nbsp; stable" vertex="1">
+           <mxGeometry height="30" width="60" x="-170" y="1070" as="geometry" />
        </mxCell>
      </root>
    </mxGraphModel>
  </diagram>
</mxfile>
